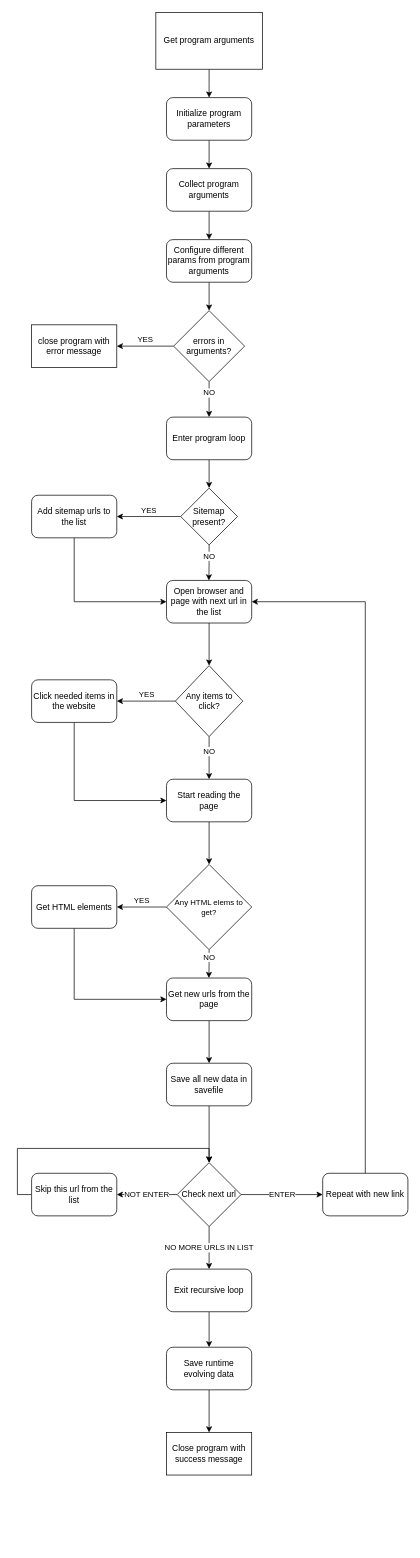
The draw.io diagram scrapingRobot/robopol.drawio in CarrotCake002/dataCollector, before the edit. Source tidied: cells renumbered, new cells numbered last; positions are measured from the earlier drawing's top-left corner, leaving out a move shared by most shapes. Both pictures are drawn from the tidied source at 71%, with x=0, y=0 at pixel (31, 12).
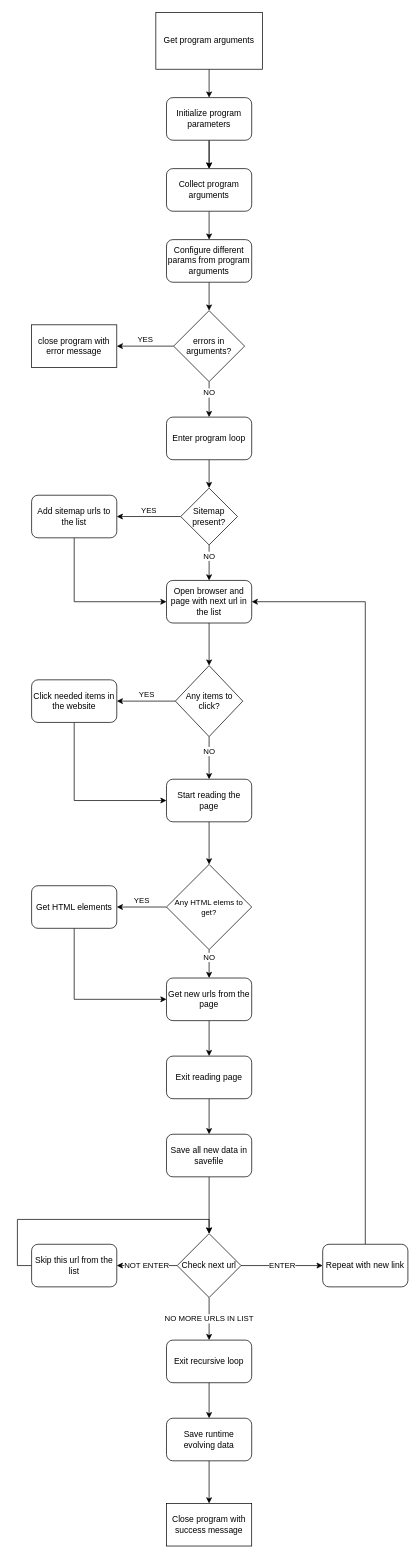
After the change.

Commit message:
made a couple changes for more precision, should be finished now

Unchanged cells that the change refers to:
```xml
<mxCell id="3" value="Get program arguments" style="rounded=0;whiteSpace=wrap;html=1;" parent="1" vertex="1">
  <mxGeometry x="175" width="150" height="80" as="geometry" />
</mxCell>
<mxCell id="11" value="Initialize program parameters" style="rounded=1;whiteSpace=wrap;html=1;" parent="1" vertex="1">
  <mxGeometry x="190" y="120" width="120" height="60" as="geometry" />
</mxCell>
<mxCell id="13" value="Collect program arguments" style="rounded=1;whiteSpace=wrap;html=1;" parent="1" vertex="1">
  <mxGeometry x="190" y="220" width="120" height="60" as="geometry" />
</mxCell>
<mxCell id="18" value="Sitemap present?" style="rhombus;whiteSpace=wrap;html=1;" parent="1" vertex="1">
  <mxGeometry x="210" y="670" width="80" height="80" as="geometry" />
</mxCell>
<mxCell id="22" value="Open browser and page with next url in the list" style="rounded=1;whiteSpace=wrap;html=1;" parent="1" vertex="1">
  <mxGeometry x="190" y="800" width="120" height="60" as="geometry" />
</mxCell>
<mxCell id="27" value="Any items to click?" style="rhombus;whiteSpace=wrap;html=1;" parent="1" vertex="1">
  <mxGeometry x="202.5" y="920" width="95" height="100" as="geometry" />
</mxCell>
<mxCell id="29" value="Start reading the page" style="rounded=1;whiteSpace=wrap;html=1;" parent="1" vertex="1">
  <mxGeometry x="190" y="1080" width="120" height="60" as="geometry" />
</mxCell>
<mxCell id="32" value="&lt;font style=&quot;font-size: 11px&quot;&gt;Any HTML elems to get?&lt;/font&gt;" style="rhombus;whiteSpace=wrap;html=1;verticalAlign=middle;" parent="1" vertex="1">
  <mxGeometry x="190" y="1200" width="120" height="120" as="geometry" />
</mxCell>
<mxCell id="37" value="Get new urls from the page" style="rounded=1;whiteSpace=wrap;html=1;verticalAlign=middle;" parent="1" vertex="1">
  <mxGeometry x="190" y="1360" width="120" height="60" as="geometry" />
</mxCell>
```

The edit, as a diff of the source:
```diff
@@
-    <mxCell id="2" style="edgeStyle=orthogonalEdgeStyle;rounded=0;jettySize=auto;html=1;exitX=0.5;exitY=1;exitDx=0;exitDy=0;" parent="1" edge="1" source="3">
-      <mxGeometry relative="1" as="geometry">
-        <mxPoint x="250" y="120" as="targetPoint" />
-      </mxGeometry>
+    <mxCell id="2" style="edgeStyle=orthogonalEdgeStyle;rounded=0;jettySize=auto;html=1;exitX=0.5;exitY=1;exitDx=0;exitDy=0;entryX=0.5;entryY=0;entryDx=0;entryDy=0;" parent="1" edge="1" source="3" target="11">
+      <mxGeometry relative="1" as="geometry" />
     </mxCell>
@@
+    <mxCell id="52" style="edgeStyle=orthogonalEdgeStyle;rounded=0;jettySize=auto;html=1;verticalAlign=middle;entryX=0.5;entryY=0;entryDx=0;entryDy=0;" parent="1" edge="1" source="11" target="13">
+      <mxGeometry relative="1" as="geometry" />
+    </mxCell>
@@
-    <mxCell id="17" value="NO" style="edgeStyle=orthogonalEdgeStyle;rounded=0;jettySize=auto;html=1;exitX=0.5;exitY=1;exitDx=0;exitDy=0;verticalAlign=bottom;" parent="1" edge="1" source="18">
-      <mxGeometry relative="1" as="geometry">
-        <mxPoint x="249.7" y="800" as="targetPoint" />
-      </mxGeometry>
+    <mxCell id="17" value="NO" style="edgeStyle=orthogonalEdgeStyle;rounded=0;jettySize=auto;html=1;exitX=0.5;exitY=1;exitDx=0;exitDy=0;verticalAlign=bottom;entryX=0.5;entryY=0;entryDx=0;entryDy=0;" parent="1" edge="1" source="18" target="22">
+      <mxGeometry relative="1" as="geometry" />
     </mxCell>
@@
-    <mxCell id="26" value="NO" style="edgeStyle=orthogonalEdgeStyle;rounded=0;jettySize=auto;html=1;verticalAlign=bottom;exitX=0.5;exitY=1;exitDx=0;exitDy=0;" parent="1" edge="1" source="27">
-      <mxGeometry relative="1" as="geometry">
-        <mxPoint x="250" y="1080" as="targetPoint" />
-      </mxGeometry>
+    <mxCell id="26" value="NO" style="edgeStyle=orthogonalEdgeStyle;rounded=0;jettySize=auto;html=1;verticalAlign=bottom;exitX=0.5;exitY=1;exitDx=0;exitDy=0;entryX=0.5;entryY=0;entryDx=0;entryDy=0;" parent="1" edge="1" source="27" target="29">
+      <mxGeometry relative="1" as="geometry" />
     </mxCell>
@@
-    <mxCell id="31" value="NO" style="edgeStyle=orthogonalEdgeStyle;rounded=0;jettySize=auto;html=1;exitX=0.5;exitY=1;exitDx=0;exitDy=0;verticalAlign=bottom;" parent="1" edge="1" source="32">
-      <mxGeometry relative="1" as="geometry">
-        <mxPoint x="249.7" y="1360" as="targetPoint" />
-      </mxGeometry>
+    <mxCell id="31" value="NO" style="edgeStyle=orthogonalEdgeStyle;rounded=0;jettySize=auto;html=1;exitX=0.5;exitY=1;exitDx=0;exitDy=0;verticalAlign=bottom;entryX=0.5;entryY=0;entryDx=0;entryDy=0;" parent="1" edge="1" source="32" target="37">
+      <mxGeometry relative="1" as="geometry" />
     </mxCell>
@@
-    <mxCell id="36" style="edgeStyle=orthogonalEdgeStyle;rounded=0;jettySize=auto;html=1;exitX=0.5;exitY=1;exitDx=0;exitDy=0;entryX=0.5;entryY=0;entryDx=0;entryDy=0;verticalAlign=middle;" parent="1" edge="1" source="37" target="50">
+    <mxCell id="36" style="edgeStyle=orthogonalEdgeStyle;rounded=0;jettySize=auto;html=1;exitX=0.5;exitY=1;exitDx=0;exitDy=0;verticalAlign=middle;entryX=0.5;entryY=0;entryDx=0;entryDy=0;" parent="1" edge="1" source="37" target="54">
       <mxGeometry relative="1" as="geometry" />
     </mxCell>
@@
     <mxCell id="41" value="Check next url" style="rhombus;whiteSpace=wrap;html=1;verticalAlign=middle;" parent="1" vertex="1">
-      <mxGeometry x="205" y="1620" width="90" height="90" as="geometry" />
+      <mxGeometry x="205" y="1720" width="90" height="90" as="geometry" />
     </mxCell>
@@
     <mxCell id="43" value="Skip this url from the list" style="rounded=1;whiteSpace=wrap;html=1;verticalAlign=middle;" parent="1" vertex="1">
-      <mxGeometry y="1635" width="120" height="60" as="geometry" />
+      <mxGeometry y="1735" width="120" height="60" as="geometry" />
     </mxCell>
@@
     <mxCell id="45" value="Repeat with new link" style="rounded=1;whiteSpace=wrap;html=1;verticalAlign=middle;" parent="1" vertex="1">
-      <mxGeometry x="410" y="1635" width="120" height="60" as="geometry" />
+      <mxGeometry x="410" y="1735" width="120" height="60" as="geometry" />
     </mxCell>
@@
     <mxCell id="47" value="Exit recursive loop" style="rounded=1;whiteSpace=wrap;html=1;verticalAlign=middle;" parent="1" vertex="1">
-      <mxGeometry x="190" y="1770" width="120" height="60" as="geometry" />
+      <mxGeometry x="190" y="1870" width="120" height="60" as="geometry" />
     </mxCell>
@@
     <mxCell id="49" value="Save runtime evolving data" style="rounded=1;whiteSpace=wrap;html=1;verticalAlign=middle;" parent="1" vertex="1">
-      <mxGeometry x="190" y="1880" width="120" height="60" as="geometry" />
+      <mxGeometry x="190" y="1980" width="120" height="60" as="geometry" />
     </mxCell>
     <mxCell id="50" value="Save all new data in savefile" style="rounded=1;whiteSpace=wrap;html=1;verticalAlign=middle;" parent="1" vertex="1">
-      <mxGeometry x="190" y="1480" width="120" height="60" as="geometry" />
+      <mxGeometry x="190" y="1580" width="120" height="60" as="geometry" />
     </mxCell>
     <mxCell id="51" value="Close program with success message" style="rounded=0;whiteSpace=wrap;html=1;verticalAlign=middle;" parent="1" vertex="1">
-      <mxGeometry x="190" y="2000" width="120" height="60" as="geometry" />
+      <mxGeometry x="190" y="2100" width="120" height="60" as="geometry" />
     </mxCell>
+    <mxCell id="53" style="edgeStyle=orthogonalEdgeStyle;rounded=0;jettySize=auto;html=1;exitX=0.5;exitY=1;exitDx=0;exitDy=0;entryX=0.5;entryY=0;entryDx=0;entryDy=0;verticalAlign=middle;" parent="1" edge="1" source="54" target="50">
+      <mxGeometry relative="1" as="geometry" />
+    </mxCell>
+    <mxCell id="54" value="Exit reading page" style="rounded=1;whiteSpace=wrap;html=1;verticalAlign=middle;" parent="1" vertex="1">
+      <mxGeometry x="190" y="1470" width="120" height="60" as="geometry" />
+    </mxCell>
```
